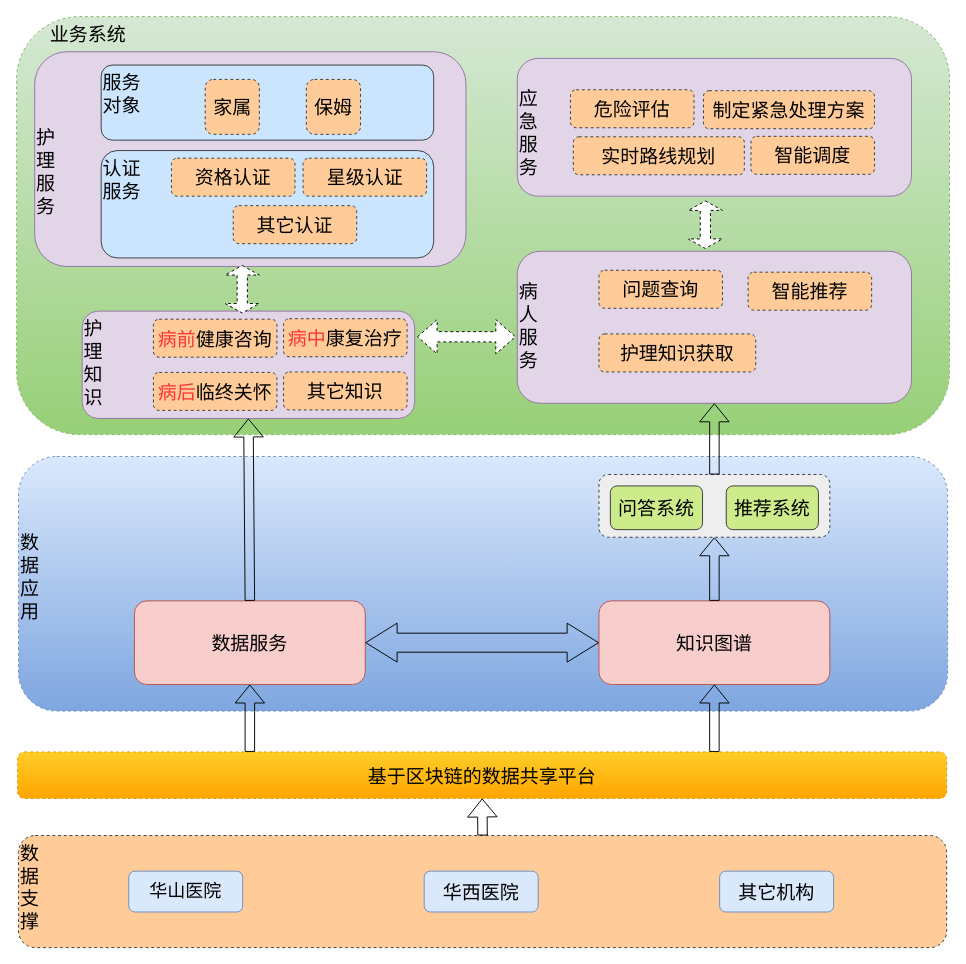
Earlier version of the draw.io diagram page "new" (2 of 3) of 未命名表单.drawio (wilesanGH/chaincode_demo). Source tidied: cells renumbered, new cells numbered last; positions are measured from the earlier drawing's top-left corner, leaving out a move shared by most shapes. Both pictures are drawn from the tidied source at 95%, with x=0, y=0 at pixel (16, 16).
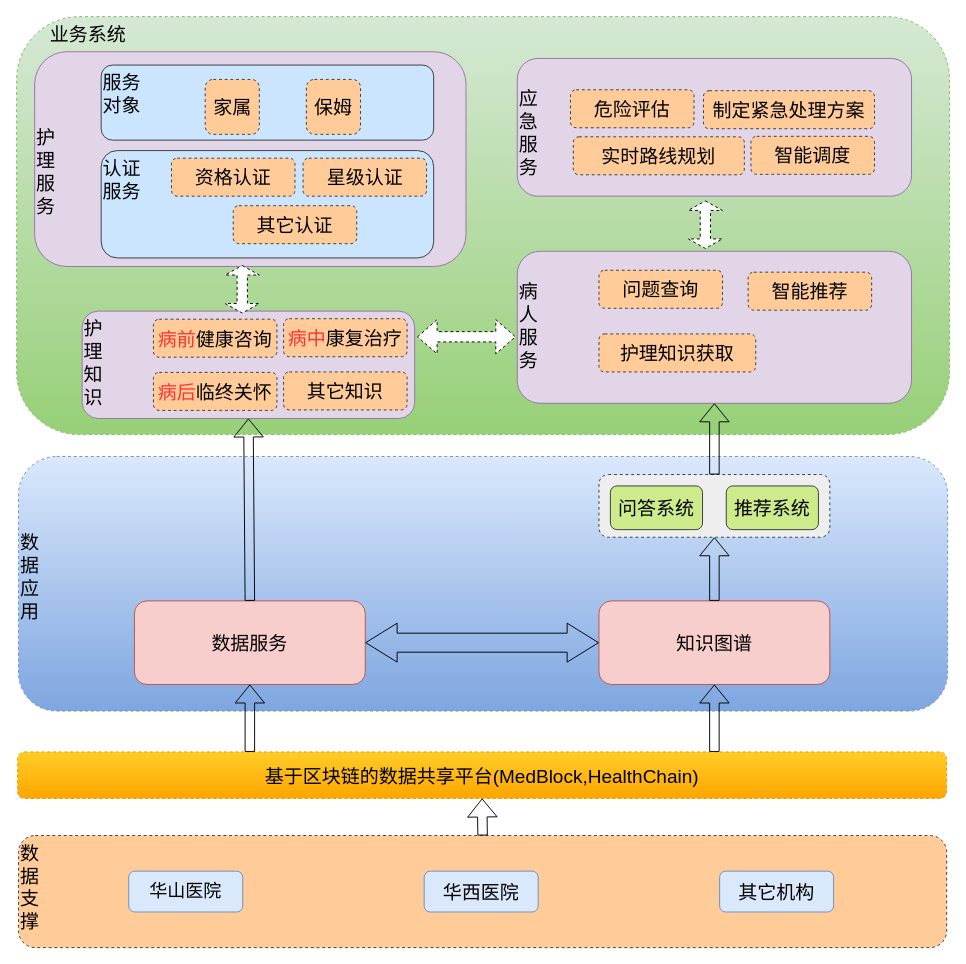
Above is the later version.

Commit message:
更新未命名表单.drawio

Change to the diagram source:
```diff
@@
-    <mxCell id="9" value="&lt;font style=&quot;font-size: 20px;&quot;&gt;基于区块链的数据共享平台&lt;br style=&quot;font-size: 20px;&quot;&gt;&lt;/font&gt;" style="rounded=1;whiteSpace=wrap;html=1;labelBackgroundColor=none;fillColor=#ffcd28;strokeColor=#d79b00;fontSize=20;dashed=1;gradientColor=#ffa500;" parent="1" vertex="1">
+    <mxCell id="9" value="&lt;font style=&quot;font-size: 20px&quot;&gt;基于区块链的数据共享平台(MedBlock,&lt;/font&gt;&lt;font style=&quot;font-size: 20px&quot;&gt;HealthChain&lt;/font&gt;&lt;font style=&quot;font-size: 20px&quot;&gt;)&lt;br style=&quot;font-size: 20px&quot;&gt;&lt;/font&gt;" style="rounded=1;whiteSpace=wrap;html=1;labelBackgroundColor=none;fillColor=#ffcd28;strokeColor=#d79b00;fontSize=20;dashed=1;gradientColor=#ffa500;" parent="1" vertex="1">
       <mxGeometry x="1" y="774" width="978" height="49" as="geometry" />
     </mxCell>
```
